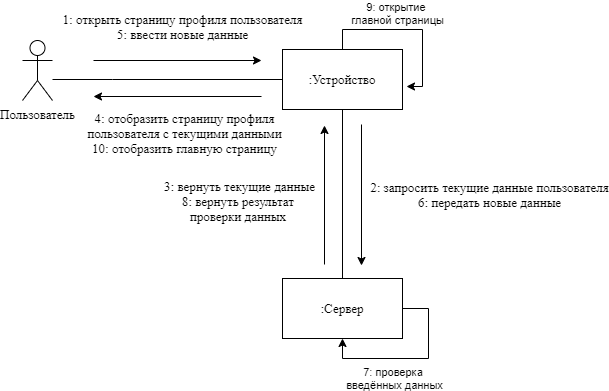
This is diagrams/Диаграммы сотрудничества (Collaboration diagrams)/Диаграмма сотрудничества (Редактирование профиля пользователя).png from NerdSmith/MyCSF_App, a draw.io export, as it was before one commit. Source tidied: cells renumbered, new cells last; positions are measured from the earlier drawing's top-left corner, leaving out a move shared by most shapes.
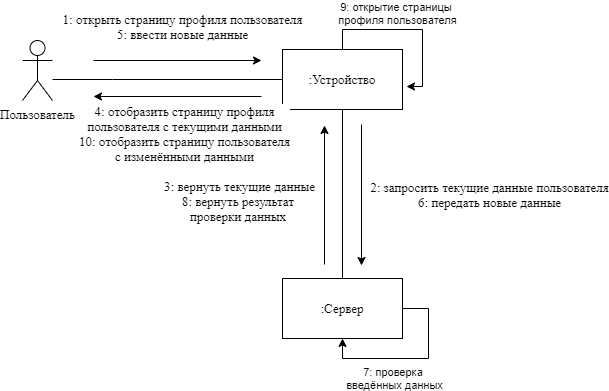
The same diagram one commit later.

Diff of the diagram source:
```diff
@@ -16,7 +16,7 @@
     <mxCell id="4" style="edgeStyle=orthogonalEdgeStyle;rounded=0;jettySize=auto;html=1;entryX=0.5;entryY=0;entryDx=0;entryDy=0;endArrow=none;endFill=0;fontFamily=Times New Roman;fontSize=13;" parent="1" edge="1" source="6" target="7">
       <mxGeometry relative="1" as="geometry" />
     </mxCell>
-    <mxCell id="5" value="9: открытие &lt;br&gt;главной страницы" style="edgeStyle=orthogonalEdgeStyle;rounded=0;jettySize=auto;html=1;exitX=0.5;exitY=0;exitDx=0;exitDy=0;" parent="1" edge="1" source="6">
+    <mxCell id="5" value="9: открытие страницы &lt;br&gt;профиля пользователя" style="edgeStyle=orthogonalEdgeStyle;rounded=0;jettySize=auto;html=1;exitX=0.5;exitY=0;exitDx=0;exitDy=0;" parent="1" edge="1" source="6">
       <mxGeometry x="-0.13" y="16" relative="1" as="geometry">
         <mxPoint x="384" y="57" as="targetPoint" />
         <Array as="points">
@@ -61,7 +61,7 @@
         <mxPoint x="239" y="67" as="targetPoint" />
       </mxGeometry>
     </mxCell>
-    <mxCell id="13" value="4: отобразить страницу профиля&lt;br&gt;пользователя с текущими данными&lt;br&gt;10: отобразить главную страницу" style="edgeLabel;html=1;align=center;verticalAlign=middle;fontFamily=Times New Roman;fontSize=13;" parent="12" vertex="1">
+    <mxCell id="13" value="4: отобразить страницу профиля&lt;br&gt;пользователя с текущими данными&lt;br&gt;10: отобразить страницу пользователя&lt;br&gt;с изменёнными данными" style="edgeLabel;html=1;align=center;verticalAlign=middle;fontFamily=Times New Roman;fontSize=13;" parent="12" vertex="1">
       <mxGeometry x="-0.21" relative="1" as="geometry">
         <mxPoint x="24.2" y="36" as="offset" />
       </mxGeometry>
```
